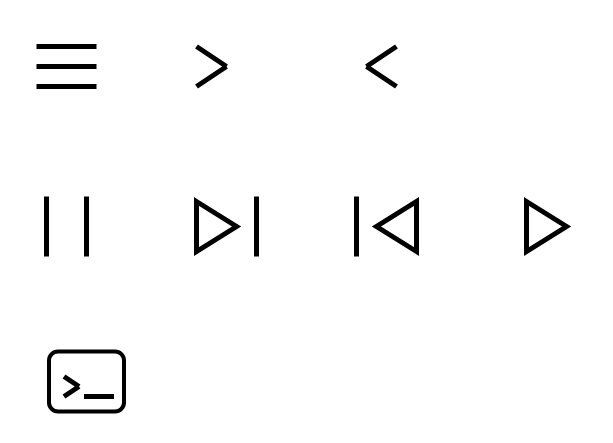
The draw.io diagram ongaku/kanban_ui/assets/icons.drawio in hitotsubasiyurie/ongaku-project, before the edit. Source tidied: cells renumbered, new cells numbered last; positions are measured from the earlier drawing's top-left corner, leaving out a move shared by most shapes. Both pictures are drawn from the tidied source at 100%, with x=0, y=0 at pixel (16, 16).
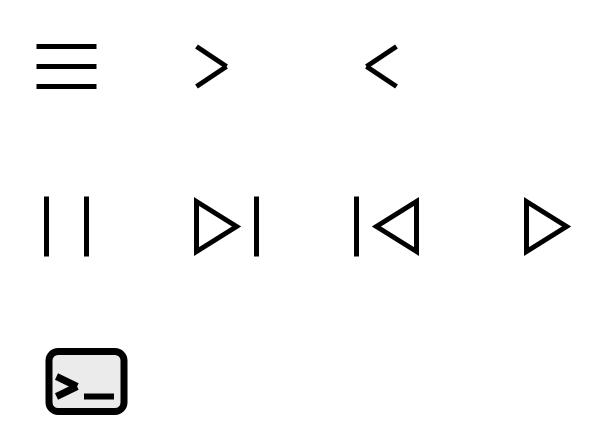
The same page after the edit.

What changed in the source:
```diff
@@
+    <mxCell id="26" style="whiteSpace=wrap;html=1;strokeWidth=0;fillColor=none;strokeColor=none;" parent="1" vertex="1">
+      <mxGeometry x="20" y="310" width="100" height="100" as="geometry" />
+    </mxCell>
-    <mxCell id="2" style="rounded=1;whiteSpace=wrap;html=1;strokeWidth=4;" parent="1" vertex="1">
+    <mxCell id="2" style="rounded=1;whiteSpace=wrap;html=1;strokeWidth=7;fillColor=light-dark(#ebebeb, #ededed);" parent="1" vertex="1">
       <mxGeometry x="32.5" y="335" width="75" height="60" as="geometry" />
     </mxCell>
@@
-    <mxCell id="26" style="whiteSpace=wrap;html=1;strokeWidth=0;fillColor=none;strokeColor=none;" parent="1" vertex="1">
-      <mxGeometry x="20" y="310" width="100" height="100" as="geometry" />
-    </mxCell>
     <mxCell id="27" style="group;rounded=1;strokeWidth=8;" parent="1" vertex="1">
-      <mxGeometry x="47.5" y="360" width="20" height="20" as="geometry" />
+      <mxGeometry x="40" y="360" width="27.5" height="20" as="geometry" />
     </mxCell>
-    <mxCell id="28" style="endArrow=none;html=1;rounded=1;strokeWidth=5;curved=0;sourcePerimeterSpacing=0;startSize=5;endSize=5;" parent="27" edge="1">
+    <mxCell id="28" style="endArrow=none;html=1;rounded=1;strokeWidth=7;curved=0;sourcePerimeterSpacing=0;startSize=5;endSize=5;" parent="27" edge="1">
       <mxGeometry relative="1" as="geometry">
-        <mxPoint x="15" y="10" as="sourcePoint" />
+        <mxPoint x="20.6" y="10" as="sourcePoint" />
         <mxPoint as="targetPoint" />
       </mxGeometry>
     </mxCell>
-    <mxCell id="29" style="endArrow=none;html=1;rounded=1;strokeWidth=5;curved=0;sourcePerimeterSpacing=0;startSize=5;endSize=5;" parent="27" edge="1">
+    <mxCell id="29" style="endArrow=none;html=1;rounded=1;strokeWidth=7;curved=0;sourcePerimeterSpacing=0;startSize=5;endSize=5;" parent="27" edge="1">
       <mxGeometry relative="1" as="geometry">
         <mxPoint y="20" as="sourcePoint" />
-        <mxPoint x="15" y="10" as="targetPoint" />
+        <mxPoint x="20.6" y="10" as="targetPoint" />
       </mxGeometry>
     </mxCell>
-    <mxCell id="30" style="endArrow=none;html=1;rounded=0;strokeWidth=5;entryX=0.2;entryY=0.2;entryDx=0;entryDy=0;entryPerimeter=0;" parent="1" edge="1">
+    <mxCell id="30" style="endArrow=none;html=1;rounded=0;strokeWidth=6;entryX=0.2;entryY=0.2;entryDx=0;entryDy=0;entryPerimeter=0;" parent="1" edge="1">
       <mxGeometry relative="1" as="geometry">
         <mxPoint x="97.5" y="380" as="sourcePoint" />
         <mxPoint x="67.5" y="380" as="targetPoint" />
       </mxGeometry>
     </mxCell>
```
